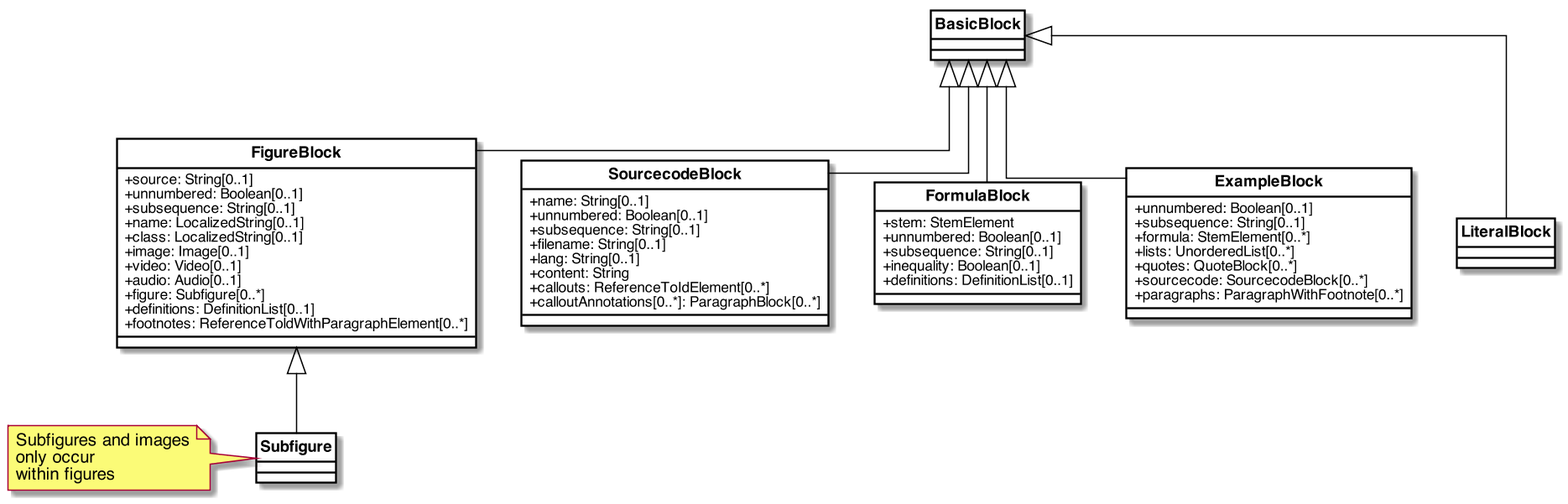
metanorma/basicdoc-models keeps this PlantUML diagram as images/AncillaryBlocks.png. Above is the earlier version.
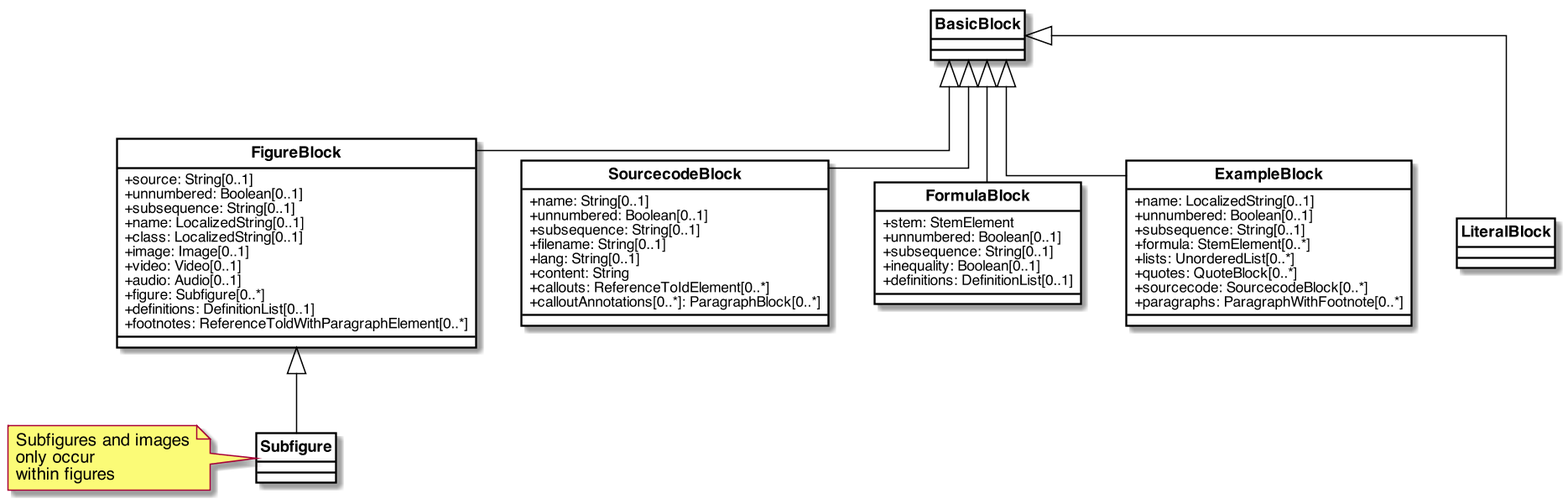
After the change.

Commit message:
example/name

The edit, as a diff of the source:
```diff
@@ -80,6 +80,7 @@
 }
 
 class ExampleBlock{
+    +name: LocalizedString[0..1]
     +unnumbered: Boolean[0..1]
     +subsequence: String[0..1]
     +formula: StemElement[0..*]
```
